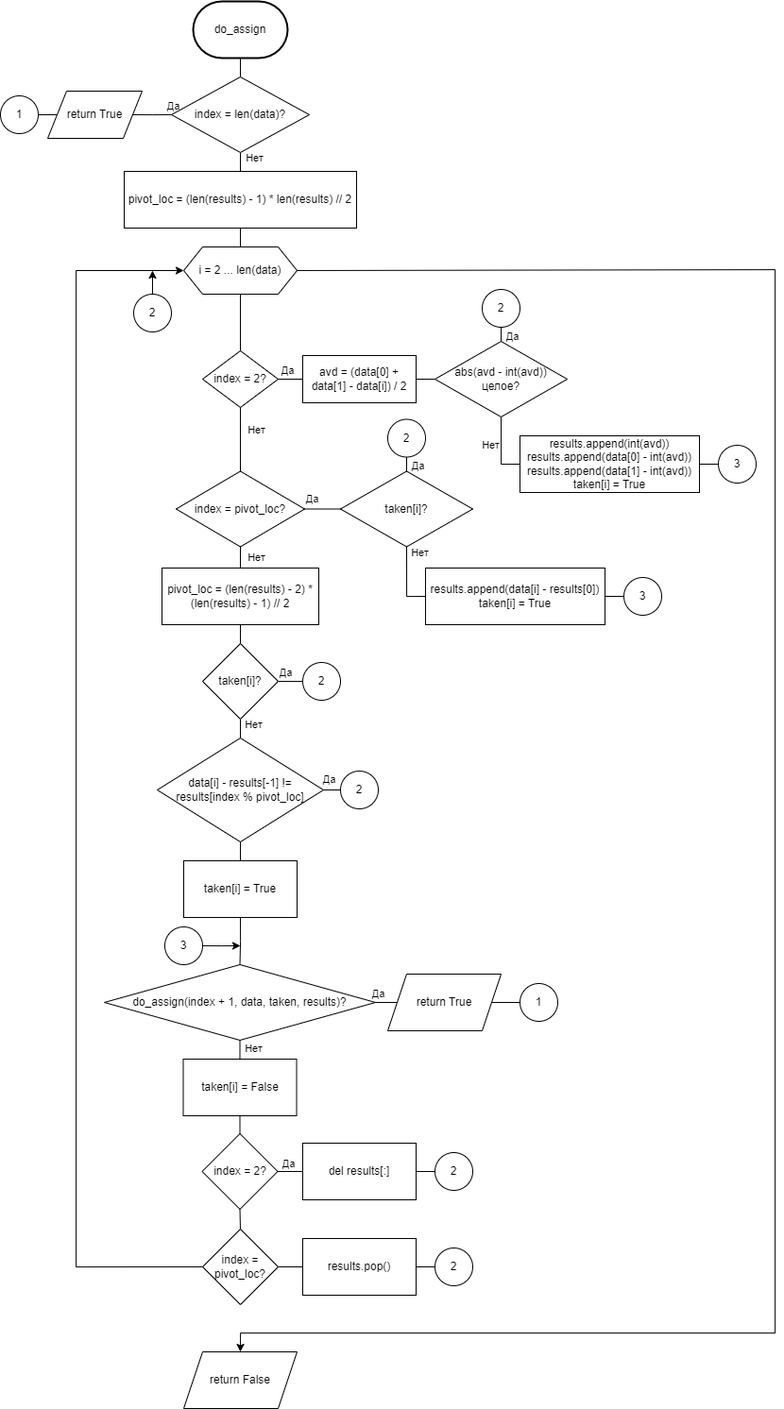
Before: Lab 3/5.1/5.1.2.drawio.png, a diagram exported from draw.io (EdgeFirewalk/Software-Design-and-Testing-Labs). Source tidied: cells renumbered, new cells last; positions are measured from the earlier drawing's top-left corner, leaving out a move shared by most shapes.
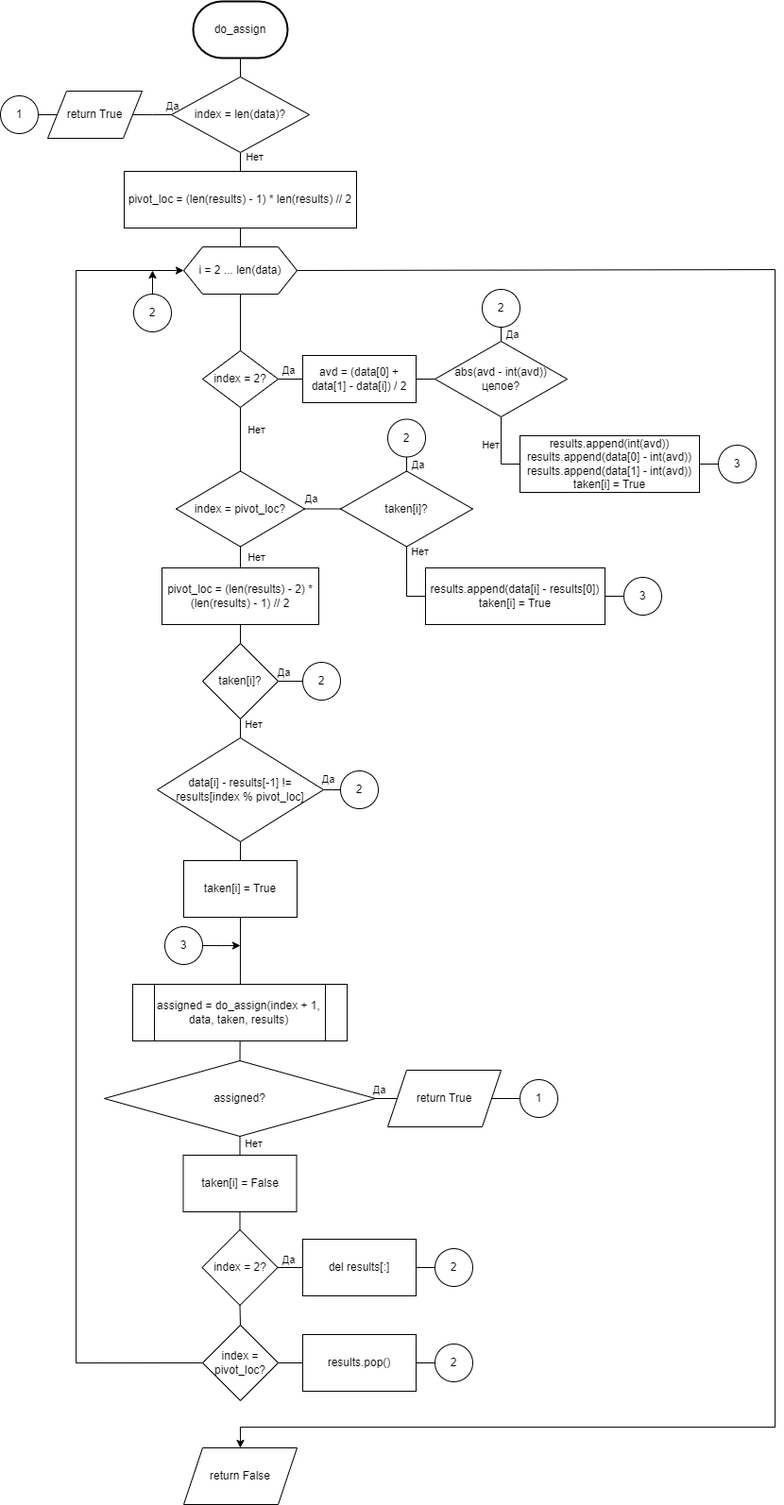
After the change.

Diff of the diagram source:
```diff
@@ -41,14 +41,14 @@
     <mxCell id="12" style="edgeStyle=orthogonalEdgeStyle;rounded=0;jettySize=auto;html=1;exitX=0.5;exitY=1;exitDx=0;exitDy=0;entryX=0.5;entryY=0;entryDx=0;entryDy=0;endArrow=none;endFill=0;" parent="1" edge="1" source="14" target="19">
       <mxGeometry relative="1" as="geometry" />
     </mxCell>
-    <mxCell id="13" style="edgeStyle=orthogonalEdgeStyle;rounded=0;jettySize=auto;html=1;exitX=1;exitY=0.5;exitDx=0;exitDy=0;" parent="1" edge="1" source="14">
+    <mxCell id="13" style="edgeStyle=orthogonalEdgeStyle;rounded=0;jettySize=auto;html=1;exitX=1;exitY=0.5;exitDx=0;exitDy=0;entryX=0.5;entryY=0;entryDx=0;entryDy=0;" parent="1" edge="1" source="14" target="89">
       <mxGeometry relative="1" as="geometry">
-        <mxPoint x="254" y="1430" as="targetPoint" />
         <Array as="points">
           <mxPoint x="308" y="285" />
+          <mxPoint x="308" y="284" />
           <mxPoint x="820" y="284" />
-          <mxPoint x="820" y="1410" />
-          <mxPoint x="254" y="1410" />
+          <mxPoint x="820" y="1510" />
+          <mxPoint x="254" y="1510" />
         </Array>
       </mxGeometry>
     </mxCell>
@@ -229,8 +229,8 @@
         <mxPoint x="14" y="-3" as="offset" />
       </mxGeometry>
     </mxCell>
-    <mxCell id="63" value="do_assign(index + 1, data, taken, results)?" style="rhombus;whiteSpace=wrap;html=1;" parent="1" vertex="1">
-      <mxGeometry x="110" y="1020" width="287" height="80" as="geometry" />
+    <mxCell id="63" value="assigned?" style="rhombus;whiteSpace=wrap;html=1;" parent="1" vertex="1">
+      <mxGeometry x="110" y="1122" width="287" height="80" as="geometry" />
     </mxCell>
     <mxCell id="64" style="edgeStyle=orthogonalEdgeStyle;rounded=0;jettySize=auto;html=1;exitX=1;exitY=0.5;exitDx=0;exitDy=0;" parent="1" edge="1" source="65">
       <mxGeometry relative="1" as="geometry">
@@ -253,11 +253,11 @@
       <mxGeometry relative="1" as="geometry" />
     </mxCell>
     <mxCell id="70" value="return True" style="shape=parallelogram;perimeter=parallelogramPerimeter;whiteSpace=wrap;html=1;fixedSize=1;" parent="1" vertex="1">
-      <mxGeometry x="410" y="1030" width="120" height="60" as="geometry" />
+      <mxGeometry x="410" y="1132" width="120" height="60" as="geometry" />
     </mxCell>
     <mxCell id="71" style="edgeStyle=orthogonalEdgeStyle;rounded=0;jettySize=auto;html=1;exitX=1;exitY=0.5;exitDx=0;exitDy=0;endArrow=none;endFill=0;" parent="1" edge="1" source="63">
       <mxGeometry relative="1" as="geometry">
-        <mxPoint x="420" y="1060" as="targetPoint" />
+        <mxPoint x="420" y="1162" as="targetPoint" />
       </mxGeometry>
     </mxCell>
     <mxCell id="72" value="Да" style="edgeLabel;html=1;align=center;verticalAlign=middle;" parent="71" vertex="1">
@@ -266,13 +266,13 @@
       </mxGeometry>
     </mxCell>
     <mxCell id="73" value="1" style="ellipse;whiteSpace=wrap;html=1;" parent="1" vertex="1">
-      <mxGeometry x="550" y="1040" width="40" height="40" as="geometry" />
+      <mxGeometry x="550" y="1142" width="40" height="40" as="geometry" />
     </mxCell>
     <mxCell id="74" style="edgeStyle=orthogonalEdgeStyle;rounded=0;jettySize=auto;html=1;exitX=0.5;exitY=1;exitDx=0;exitDy=0;entryX=0.5;entryY=0;entryDx=0;entryDy=0;endArrow=none;endFill=0;" parent="1" edge="1" source="75" target="79">
       <mxGeometry relative="1" as="geometry" />
     </mxCell>
     <mxCell id="75" value="taken[i] = False" style="rounded=0;whiteSpace=wrap;html=1;" parent="1" vertex="1">
-      <mxGeometry x="193.5" y="1120" width="120" height="60" as="geometry" />
+      <mxGeometry x="193.5" y="1222" width="120" height="60" as="geometry" />
     </mxCell>
     <mxCell id="76" style="edgeStyle=orthogonalEdgeStyle;rounded=0;jettySize=auto;html=1;exitX=1;exitY=0.5;exitDx=0;exitDy=0;entryX=0;entryY=0.5;entryDx=0;entryDy=0;endArrow=none;endFill=0;" parent="1" edge="1" source="79" target="81">
       <mxGeometry relative="1" as="geometry" />
@@ -286,13 +286,13 @@
       <mxGeometry relative="1" as="geometry" />
     </mxCell>
     <mxCell id="79" value="index = 2?" style="rhombus;whiteSpace=wrap;html=1;" parent="1" vertex="1">
-      <mxGeometry x="213.5" y="1199" width="80" height="80" as="geometry" />
+      <mxGeometry x="213.5" y="1301" width="80" height="80" as="geometry" />
     </mxCell>
     <mxCell id="80" style="edgeStyle=orthogonalEdgeStyle;rounded=0;jettySize=auto;html=1;exitX=1;exitY=0.5;exitDx=0;exitDy=0;entryX=0;entryY=0.5;entryDx=0;entryDy=0;endArrow=none;endFill=0;" parent="1" edge="1" source="81" target="85">
       <mxGeometry relative="1" as="geometry" />
     </mxCell>
     <mxCell id="81" value="del results[:]" style="rounded=0;whiteSpace=wrap;html=1;" parent="1" vertex="1">
-      <mxGeometry x="320" y="1209" width="120" height="60" as="geometry" />
+      <mxGeometry x="320" y="1311" width="120" height="60" as="geometry" />
     </mxCell>
     <mxCell id="82" style="edgeStyle=orthogonalEdgeStyle;rounded=0;jettySize=auto;html=1;exitX=1;exitY=0.5;exitDx=0;exitDy=0;entryX=0;entryY=0.5;entryDx=0;entryDy=0;endArrow=none;endFill=0;" parent="1" edge="1" source="84" target="87">
       <mxGeometry relative="1" as="geometry" />
@@ -300,28 +300,31 @@
     <mxCell id="83" style="edgeStyle=orthogonalEdgeStyle;rounded=0;jettySize=auto;html=1;exitX=0;exitY=0.5;exitDx=0;exitDy=0;entryX=0;entryY=0.5;entryDx=0;entryDy=0;" parent="1" edge="1" source="84" target="14">
       <mxGeometry relative="1" as="geometry">
         <Array as="points">
-          <mxPoint x="80" y="1340" />
+          <mxPoint x="80" y="1442" />
           <mxPoint x="80" y="285" />
         </Array>
       </mxGeometry>
     </mxCell>
     <mxCell id="84" value="index = pivot_loc?" style="rhombus;whiteSpace=wrap;html=1;" parent="1" vertex="1">
-      <mxGeometry x="214" y="1300" width="80" height="80" as="geometry" />
+      <mxGeometry x="214" y="1402" width="80" height="80" as="geometry" />
     </mxCell>
     <mxCell id="85" value="2" style="ellipse;whiteSpace=wrap;html=1;" parent="1" vertex="1">
-      <mxGeometry x="460" y="1219" width="40" height="40" as="geometry" />
+      <mxGeometry x="460" y="1321" width="40" height="40" as="geometry" />
     </mxCell>
     <mxCell id="86" style="edgeStyle=orthogonalEdgeStyle;rounded=0;jettySize=auto;html=1;exitX=1;exitY=0.5;exitDx=0;exitDy=0;entryX=0;entryY=0.5;entryDx=0;entryDy=0;endArrow=none;endFill=0;" parent="1" edge="1" source="87" target="88">
       <mxGeometry relative="1" as="geometry" />
     </mxCell>
     <mxCell id="87" value="results.pop()" style="rounded=0;whiteSpace=wrap;html=1;" parent="1" vertex="1">
-      <mxGeometry x="320" y="1310" width="120" height="60" as="geometry" />
+      <mxGeometry x="320" y="1412" width="120" height="60" as="geometry" />
     </mxCell>
     <mxCell id="88" value="2" style="ellipse;whiteSpace=wrap;html=1;" parent="1" vertex="1">
-      <mxGeometry x="460" y="1320" width="40" height="40" as="geometry" />
+      <mxGeometry x="460" y="1422" width="40" height="40" as="geometry" />
     </mxCell>
     <mxCell id="89" value="return False" style="shape=parallelogram;perimeter=parallelogramPerimeter;whiteSpace=wrap;html=1;fixedSize=1;" parent="1" vertex="1">
-      <mxGeometry x="194" y="1430" width="120" height="60" as="geometry" />
+      <mxGeometry x="194" y="1532" width="120" height="60" as="geometry" />
     </mxCell>
+    <mxCell id="90" value="assigned = do_assign(index + 1, data, taken, results)" style="shape=process;whiteSpace=wrap;html=1;backgroundOutline=1;" parent="1" vertex="1">
+      <mxGeometry x="140" y="1041" width="227" height="60" as="geometry" />
+    </mxCell>
   </root>
 </mxGraphModel>
```
